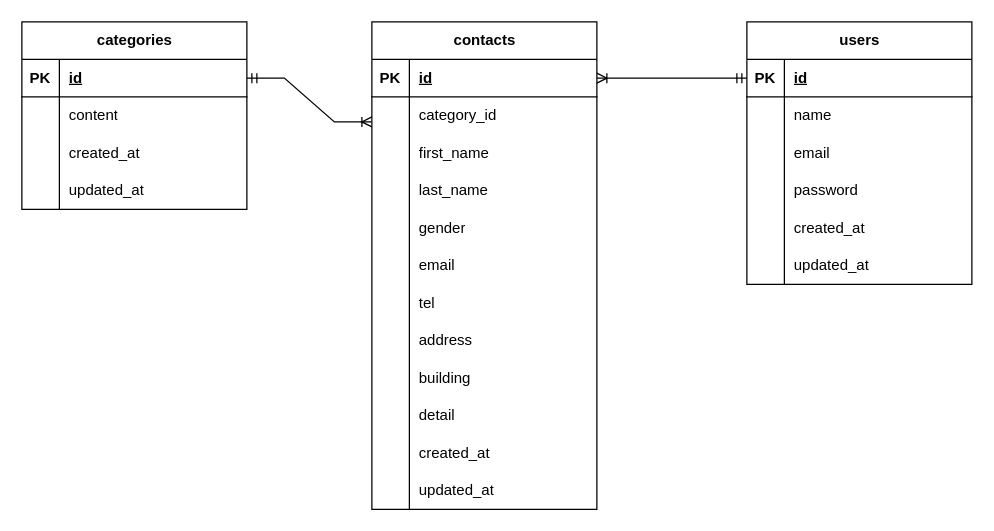
The draw.io diagram src/index.drawio in S-Uchiyama/test_contact-form, before the edit. Source tidied: cells renumbered, new cells numbered last; positions are measured from the earlier drawing's top-left corner, leaving out a move shared by most shapes. Both pictures are drawn from the tidied source at 125%, with x=0, y=0 at pixel (21, 21).
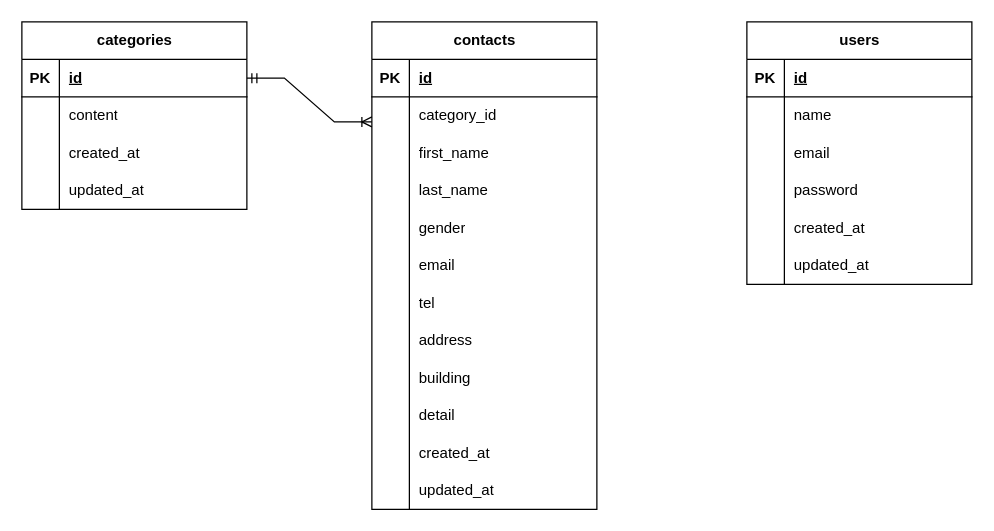
The same diagram, later.

Commit message:
index.drawio を更新します

The change refers to these unchanged cells:
```xml
<mxCell id="3" style="shape=tableRow;horizontal=0;startSize=0;swimlaneHead=0;swimlaneBody=0;fillColor=none;points=[[0,0.5],[1,0.5]];portConstraint=eastwest;top=0;left=0;right=0;bottom=1;" parent="2" vertex="1">
  <mxGeometry y="30" width="180" height="30" as="geometry" />
</mxCell>
<mxCell id="53" style="shape=tableRow;horizontal=0;startSize=0;swimlaneHead=0;swimlaneBody=0;fillColor=none;points=[[0,0.5],[1,0.5]];portConstraint=eastwest;top=0;left=0;right=0;bottom=1;" parent="52" vertex="1">
  <mxGeometry y="30" width="180" height="30" as="geometry" />
</mxCell>
```

What changed in the source:
```diff
@@
-    <mxCell id="71" style="edgeStyle=entityRelationEdgeStyle;fontSize=12;html=1;endArrow=ERoneToMany;startArrow=ERmandOne;rounded=0;entryX=1;entryY=0.5;entryDx=0;entryDy=0;exitX=0;exitY=0.5;exitDx=0;exitDy=0;" parent="1" edge="1" source="53" target="3">
-      <mxGeometry relative="1" as="geometry" />
-    </mxCell>
```
